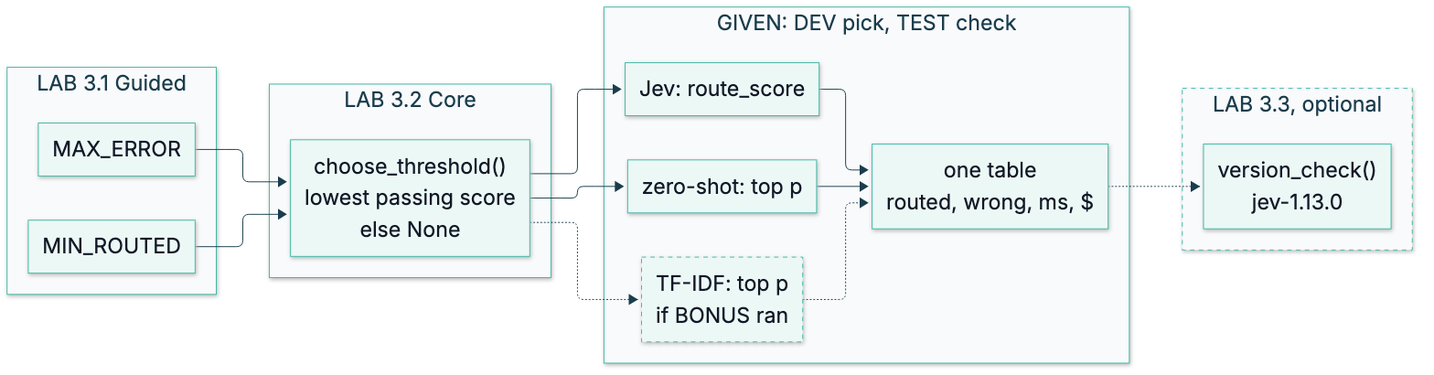
Earlier version of the Mermaid export course/diagrams/module_03/p3-lab-map.png (axel-sirota/getting_started_jev). Its source is kept beside it as course/diagrams/module_03/p3-lab-map.mmd.
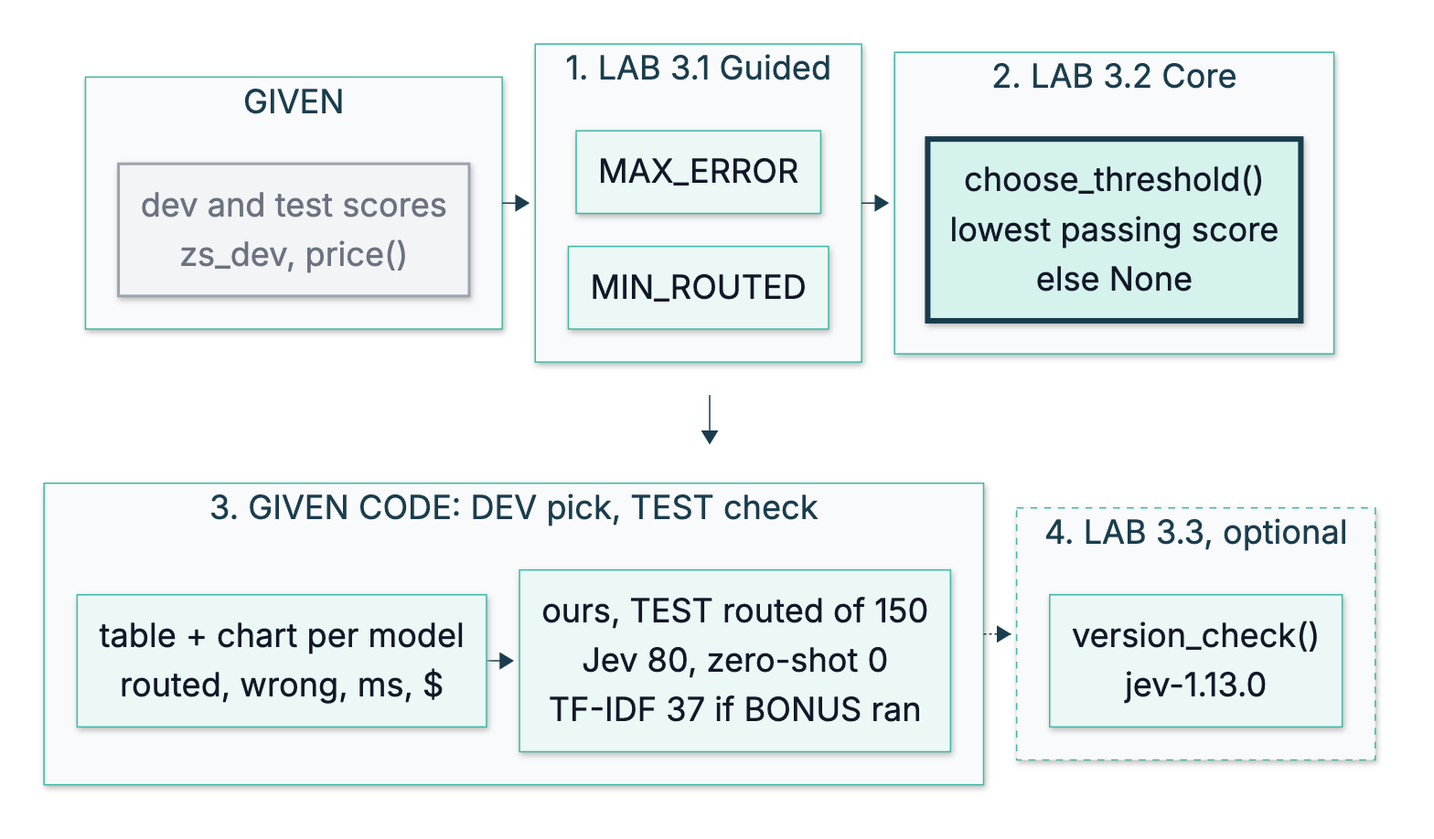
After the commit.

The edit, as a diff of the source:
```diff
@@ -1,30 +1,42 @@
 %%{init: {"theme": "base", "themeVariables": {"fontFamily": "Inter, sans-serif", "primaryColor": "#ECF8F6", "primaryBorderColor": "#40B8A6", "primaryTextColor": "#111827", "lineColor": "#1A3D4D", "secondaryColor": "#F9FAFB", "tertiaryColor": "#FFFFFF", "clusterBkg": "#F9FAFB", "clusterBorder": "#D1D5DB", "actorBkg": "#ECF8F6", "actorBorder": "#40B8A6", "noteBkgColor": "#FFF6DA", "noteBorderColor": "#E0B84C"}}}%%
-flowchart LR
-  subgraph L1["LAB 3.1 Guided"]
-    M1["MAX_ERROR"]
-    M2["MIN_ROUTED"]
+flowchart TB
+  subgraph ROW1[" "]
+    direction LR
+    subgraph GIVEN["GIVEN"]
+      G["dev and test scores<br/>zs_dev, price()"]
+    end
+    subgraph L1["1. LAB 3.1 Guided"]
+      direction TB
+      M1["MAX_ERROR"]
+      M2["MIN_ROUTED"]
+      M1 ~~~ M2
+    end
+    subgraph L2["2. LAB 3.2 Core"]
+      C["choose_threshold()<br/>lowest passing score<br/>else None"]
+    end
+    GIVEN --> L1 --> L2
   end
-  subgraph L2["LAB 3.2 Core"]
-    C["choose_threshold()<br/>lowest passing score<br/>else None"]
+  subgraph ROW2[" "]
+    direction LR
+    subgraph RUN["3. GIVEN CODE: DEV pick, TEST check"]
+      T["table + chart per model<br/>routed, wrong, ms, $"]
+      R["ours, TEST routed of 150<br/>Jev 80, zero-shot 0<br/>TF-IDF 37 if BONUS ran"]
+      T --> R
+    end
+    subgraph L3["4. LAB 3.3, optional"]
+      V["version_check()<br/>jev-1.13.0"]
+    end
+    RUN -.-> L3
   end
-  subgraph GIVEN["GIVEN: DEV pick, TEST check"]
-    J["Jev: route_score"]
-    Z["zero-shot: top p"]
-    TF["TF-IDF: top p<br/>if BONUS ran"]
-    T["one table<br/>routed, wrong, ms, $"]
-  end
-  subgraph L3["LAB 3.3, optional"]
-    V["version_check()<br/>jev-1.13.0"]
-  end
-  M1 --> C
-  M2 --> C
-  C --> J --> T
-  C --> Z --> T
-  C -.-> TF -.-> T
-  T -.-> V
-  style L3 stroke-dasharray:5 5
-  style TF stroke-dasharray:5 5
+  ROW1 --> ROW2
 
   classDef fail fill:#FDECEA,stroke:#B42318,stroke-width:4px
   classDef changed fill:#D5F2EC,stroke:#1A3D4D,stroke-width:4px
   classDef ok fill:#ECF8F6,stroke:#1A3D4D,stroke-width:3px
+  classDef muted fill:#F3F4F6,stroke:#9CA3AF,stroke-width:2px,color:#6B7280
+  classDef human fill:#FFF6DA,stroke:#E0B84C,stroke-width:3px
+  style ROW1 fill:none,stroke:none
+  style ROW2 fill:none,stroke:none
+  class G muted
+  class C changed
+  style L3 stroke-dasharray:5 5
```
